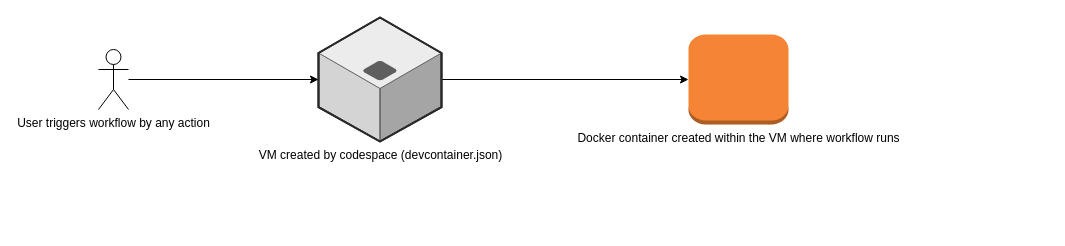
This is Untitled Diagram.drawio from Dwarak91/hit_counter, a draw.io file, before an edit. Source tidied: cells renumbered, new cells numbered last; positions are measured from the earlier drawing's top-left corner, leaving out a move shared by most shapes. Both pictures are drawn from the tidied source at 100%, with x=0, y=0 at pixel (98, 17).
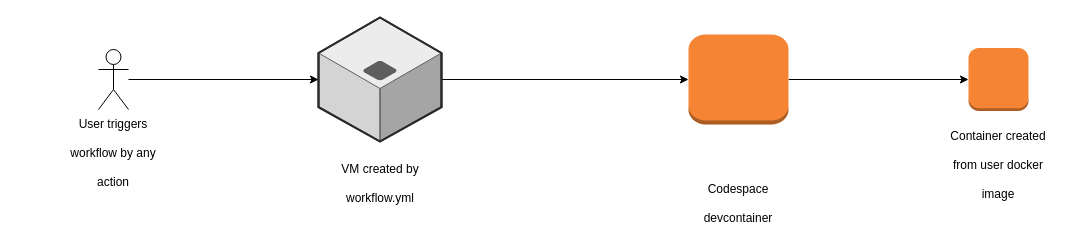
Above is the later version.

Diff of the diagram source:
```diff
@@
 <mxGraphModel>
   <root>
     <mxCell id="0" />
     <mxCell id="1" parent="0" />
     <mxCell id="2" style="edgeStyle=orthogonalEdgeStyle;rounded=0;jettySize=auto;html=1;" parent="1" edge="1" source="3" target="6">
       <mxGeometry relative="1" as="geometry" />
     </mxCell>
-    <mxCell id="3" value="VM created by codespace (devcontainer.json)&lt;br&gt;" style="verticalLabelPosition=bottom;html=1;verticalAlign=top;strokeWidth=1;align=center;outlineConnect=0;dashed=0;outlineConnect=0;shape=mxgraph.aws3d.application_server;fillColor=#ECECEC;strokeColor=#5E5E5E;" parent="1" vertex="1">
+    <mxCell id="3" style="verticalLabelPosition=bottom;html=1;verticalAlign=top;strokeWidth=1;align=center;outlineConnect=0;dashed=0;outlineConnect=0;shape=mxgraph.aws3d.application_server;fillColor=#ECECEC;strokeColor=#5E5E5E;" parent="1" vertex="1">
       <mxGeometry x="220" width="123" height="124" as="geometry" />
     </mxCell>
     <mxCell id="4" style="edgeStyle=orthogonalEdgeStyle;rounded=0;jettySize=auto;html=1;" parent="1" edge="1" source="5" target="3">
       <mxGeometry relative="1" as="geometry" />
     </mxCell>
-    <mxCell id="5" value="User triggers workflow by any action" style="shape=umlActor;verticalLabelPosition=bottom;verticalAlign=top;html=1;outlineConnect=0;" parent="1" vertex="1">
+    <mxCell id="5" style="shape=umlActor;verticalLabelPosition=bottom;verticalAlign=top;html=1;outlineConnect=0;" parent="1" vertex="1">
       <mxGeometry y="32" width="30" height="60" as="geometry" />
     </mxCell>
+    <mxCell id="7" style="edgeStyle=orthogonalEdgeStyle;rounded=0;jettySize=auto;html=1;entryX=0;entryY=0.5;entryDx=0;entryDy=0;entryPerimeter=0;" parent="1" edge="1" source="6" target="8">
+      <mxGeometry relative="1" as="geometry" />
+    </mxCell>
-    <mxCell id="6" value="Docker container created within the VM where workflow runs" style="outlineConnect=0;dashed=0;verticalLabelPosition=bottom;verticalAlign=top;align=center;html=1;shape=mxgraph.aws3.instance;fillColor=#F58534;gradientColor=none;" parent="1" vertex="1">
+    <mxCell id="6" style="outlineConnect=0;dashed=0;verticalLabelPosition=bottom;verticalAlign=top;align=center;html=1;shape=mxgraph.aws3.instance;fillColor=#F58534;gradientColor=none;" parent="1" vertex="1">
       <mxGeometry x="590" y="17" width="100" height="90" as="geometry" />
     </mxCell>
+    <mxCell id="8" style="outlineConnect=0;dashed=0;verticalLabelPosition=bottom;verticalAlign=top;align=center;html=1;shape=mxgraph.aws3.instance;fillColor=#F58534;gradientColor=none;" parent="1" vertex="1">
+      <mxGeometry x="870" y="30.5" width="60" height="63" as="geometry" />
+    </mxCell>
+    <mxCell id="9" value="&lt;span style=&quot;font-size: 12px; font-weight: 400;&quot;&gt;User triggers workflow by any action&lt;/span&gt;" style="text;strokeColor=none;fillColor=none;html=1;fontSize=24;fontStyle=1;verticalAlign=middle;align=center;whiteSpace=wrap;" parent="1" vertex="1">
+      <mxGeometry x="-35" y="112" width="100" height="40" as="geometry" />
+    </mxCell>
+    <mxCell id="10" value="&lt;span style=&quot;font-size: 12px; font-weight: 400;&quot;&gt;VM created by workflow.yml&lt;/span&gt;" style="text;strokeColor=none;fillColor=none;html=1;fontSize=24;fontStyle=1;verticalAlign=middle;align=center;whiteSpace=wrap;" parent="1" vertex="1">
+      <mxGeometry x="231.5" y="142" width="100" height="40" as="geometry" />
+    </mxCell>
+    <mxCell id="11" value="&lt;span style=&quot;font-size: 12px; font-weight: 400;&quot;&gt;Codespace devcontainer&lt;/span&gt;" style="text;strokeColor=none;fillColor=none;html=1;fontSize=24;fontStyle=1;verticalAlign=middle;align=center;whiteSpace=wrap;" parent="1" vertex="1">
+      <mxGeometry x="590" y="162" width="100" height="40" as="geometry" />
+    </mxCell>
+    <mxCell id="12" value="&lt;span style=&quot;font-size: 12px; font-weight: 400;&quot;&gt;Container created from user docker image&lt;/span&gt;" style="text;strokeColor=none;fillColor=none;html=1;fontSize=24;fontStyle=1;verticalAlign=middle;align=center;whiteSpace=wrap;" parent="1" vertex="1">
+      <mxGeometry x="850" y="124" width="100" height="40" as="geometry" />
+    </mxCell>
   </root>
 </mxGraphModel>
```
